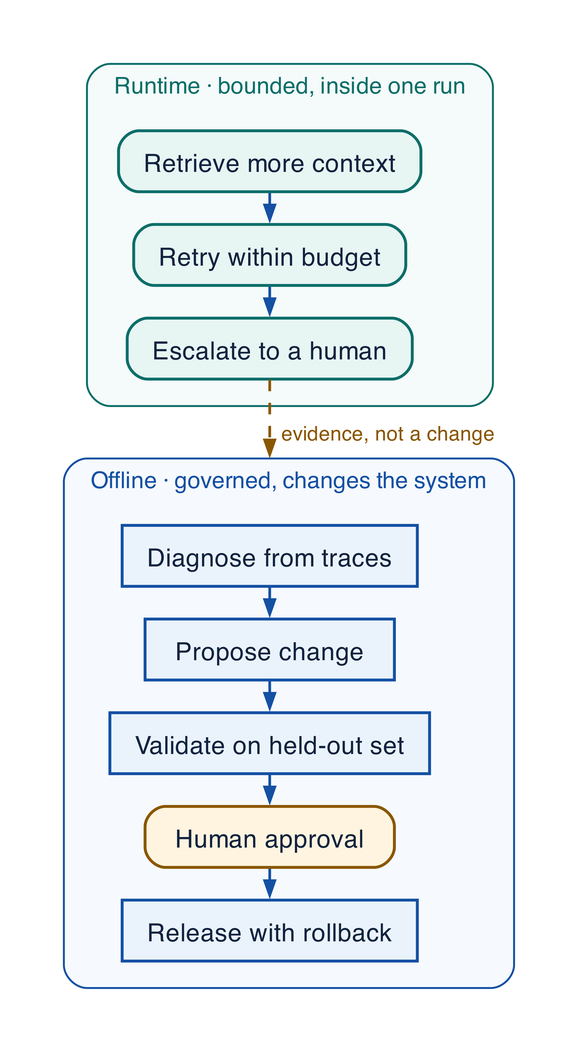
This is assets/diagrams/runtime-offline.png from rrahimi-uci/building-enterprise-general-intelligence, a Graphviz export, as it was before one commit. Its source is kept beside it as assets/diagrams/src/runtime-offline.gv. The source it was exported from:
```dot
digraph runtime_offline {
  rankdir = TB
  graph [ranksep=0.22, nodesep=0.26]
  compound = true
  node [width=1.8, height=0.44]

  subgraph cluster_runtime {
    label="  Runtime · bounded, inside one run  "; labeljust="l"; fontsize=12; fontcolor="#0D6E69"
    color="#0D6E69"; style="rounded"; margin=14; bgcolor="#F4FBFA"
    r1 [label="Retrieve more context", fillcolor="#E7F5F3", color="#0D6E69"]
    r2 [label="Retry within budget", fillcolor="#E7F5F3", color="#0D6E69"]
    r3 [label="Escalate to a human", fillcolor="#E7F5F3", color="#0D6E69"]
    r1 -> r2 -> r3
  }
  subgraph cluster_offline {
    label="  Offline · governed, changes the system  "; labeljust="l"; fontsize=12; fontcolor="#1450A3"
    color="#1450A3"; style="rounded"; margin=14; bgcolor="#F6FAFE"
    o1 [label="Diagnose from traces", fillcolor="#EAF3FB", color="#1450A3", style=filled]
    o2 [label="Propose change", fillcolor="#EAF3FB", color="#1450A3", style=filled]
    o3 [label="Validate on held-out set", fillcolor="#EAF3FB", color="#1450A3", style=filled]
    gate [label="Human approval", fillcolor="#FFF4DF", color="#8A5600", shape=box, style="filled,rounded"]
    o4 [label="Release with rollback", fillcolor="#EAF3FB", color="#1450A3", style=filled]
    o1 -> o2 -> o3 -> gate -> o4
  }
  r3 -> o1 [label="  evidence, not a change  ", lhead=cluster_offline, color="#8A5600", fontcolor="#8A5600", style=dashed]
}
```
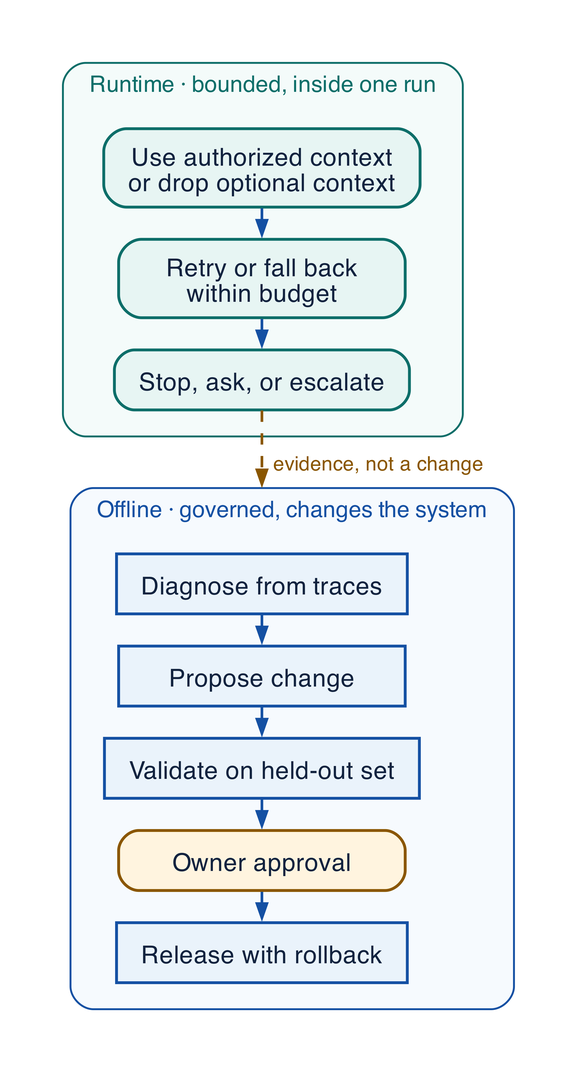
After the commit.

Change to the diagram source:
```diff
@@ -2,14 +2,14 @@
   rankdir = TB
   graph [ranksep=0.22, nodesep=0.26]
   compound = true
-  node [width=1.8, height=0.44]
+  node [width=2.1, height=0.44]
 
   subgraph cluster_runtime {
     label="  Runtime · bounded, inside one run  "; labeljust="l"; fontsize=12; fontcolor="#0D6E69"
     color="#0D6E69"; style="rounded"; margin=14; bgcolor="#F4FBFA"
-    r1 [label="Retrieve more context", fillcolor="#E7F5F3", color="#0D6E69"]
-    r2 [label="Retry within budget", fillcolor="#E7F5F3", color="#0D6E69"]
-    r3 [label="Escalate to a human", fillcolor="#E7F5F3", color="#0D6E69"]
+    r1 [label="Use authorized context\nor drop optional context", fillcolor="#E7F5F3", color="#0D6E69"]
+    r2 [label="Retry or fall back\nwithin budget", fillcolor="#E7F5F3", color="#0D6E69"]
+    r3 [label="Stop, ask, or escalate", fillcolor="#E7F5F3", color="#0D6E69"]
     r1 -> r2 -> r3
   }
   subgraph cluster_offline {
@@ -18,7 +18,7 @@
     o1 [label="Diagnose from traces", fillcolor="#EAF3FB", color="#1450A3", style=filled]
     o2 [label="Propose change", fillcolor="#EAF3FB", color="#1450A3", style=filled]
     o3 [label="Validate on held-out set", fillcolor="#EAF3FB", color="#1450A3", style=filled]
-    gate [label="Human approval", fillcolor="#FFF4DF", color="#8A5600", shape=box, style="filled,rounded"]
+    gate [label="Owner approval", fillcolor="#FFF4DF", color="#8A5600", shape=box, style="filled,rounded"]
     o4 [label="Release with rollback", fillcolor="#EAF3FB", color="#1450A3", style=filled]
     o1 -> o2 -> o3 -> gate -> o4
   }
```
